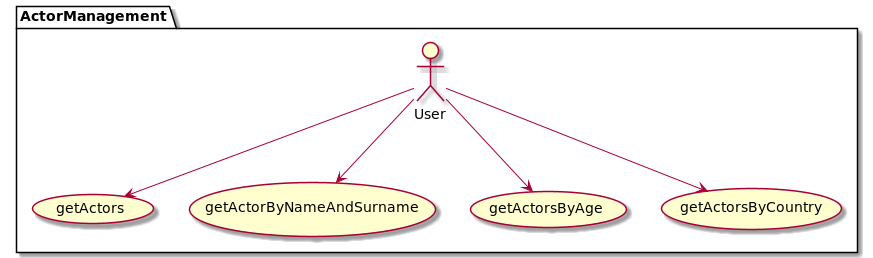
Above: plantuml/UseCaseUserActor.png in polfc21/cleverpy-test (PlantUML), before the change.
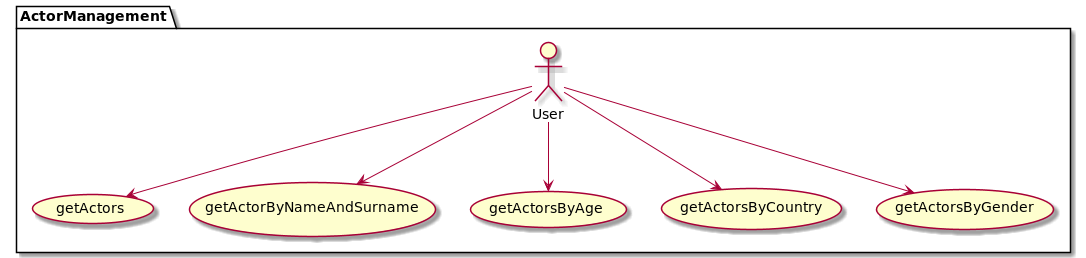
After the change.

Diff of the diagram source:
```diff
@@ -4,5 +4,6 @@
         User --> (getActorByNameAndSurname)
         User --> (getActorsByAge)
         User --> (getActorsByCountry)
+        User --> (getActorsByGender)
     }
 @enduml
```
